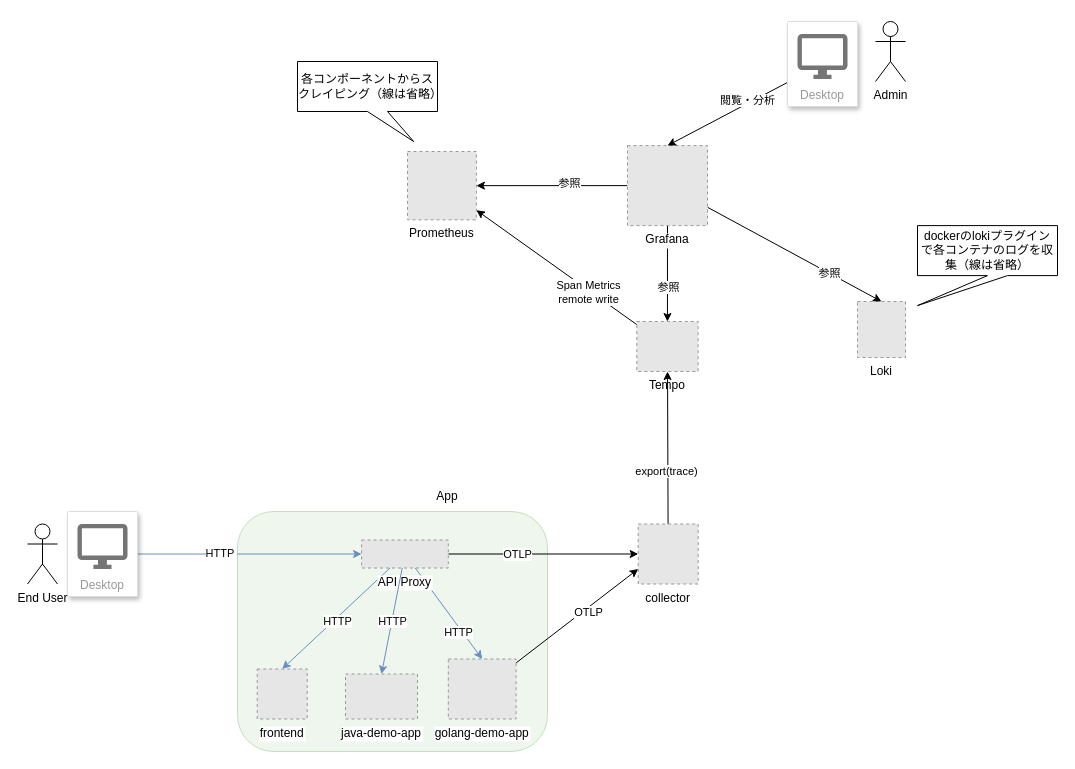
tamura-daiki-dc3/opentelemetry-demo keeps this draw.io diagram as diagram.drawio. Above is the earlier version. Source tidied: cells renumbered, new cells numbered last; positions are measured from the earlier drawing's top-left corner, leaving out a move shared by most shapes. Both pictures are drawn from the tidied source at 100%, with x=0, y=0 at pixel (27, 21). Pictures stored in the file or linked from it are replaced by grey dashed boxes.
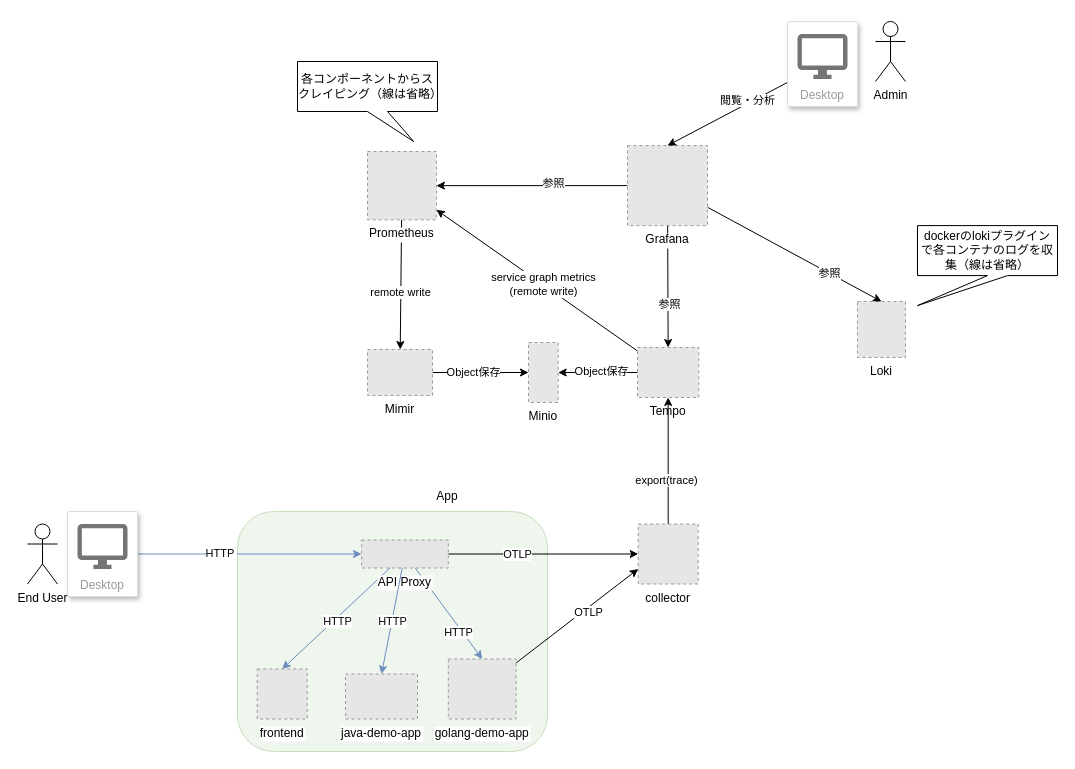
After the change.

The change refers to these unchanged cells:
```xml
<mxCell id="3" style="edgeStyle=none;html=1;" parent="1" edge="1" source="5" target="17">
  <mxGeometry relative="1" as="geometry" />
</mxCell>
```

The edit, as a diff of the source:
```diff
@@
-    <mxCell id="4" value="Span Metrics&lt;br&gt;remote write" style="edgeLabel;html=1;align=center;verticalAlign=middle;" parent="3" vertex="1">
-      <mxGeometry x="-0.4" y="2" relative="1" as="geometry" />
+    <mxCell id="4" value="service graph metrics&lt;br&gt;(remote write)" style="edgeLabel;html=1;align=center;verticalAlign=middle;" parent="3" vertex="1">
+      <mxGeometry x="-0.4" y="2" relative="1" as="geometry">
+        <mxPoint x="-33" y="-26" as="offset" />
+      </mxGeometry>
     </mxCell>
+    <mxCell id="45" style="edgeStyle=none;html=1;entryX=1;entryY=0.5;entryDx=0;entryDy=0;" parent="1" edge="1" source="5" target="52">
+      <mxGeometry relative="1" as="geometry" />
+    </mxCell>
+    <mxCell id="46" value="Object保存" style="edgeLabel;html=1;align=center;verticalAlign=middle;" parent="45" vertex="1">
+      <mxGeometry x="0.34" y="-2" relative="1" as="geometry">
+        <mxPoint x="16" as="offset" />
+      </mxGeometry>
+    </mxCell>
     <mxCell id="5" value="Tempo" style="fillColor=#E6E6E6;strokeColor=#999999;dashed=1;verticalLabelPosition=bottom;labelBackgroundColor=default;verticalAlign=top;" parent="1" vertex="1">
-      <mxGeometry x="609.3" y="300" width="61.3" height="50" as="geometry" />
+      <mxGeometry x="610" y="326" width="61.3" height="50" as="geometry" />
     </mxCell>
@@
+    <mxCell id="47" style="edgeStyle=none;html=1;" parent="1" edge="1" source="17" target="51">
+      <mxGeometry relative="1" as="geometry" />
+    </mxCell>
+    <mxCell id="48" value="remote write" style="edgeLabel;html=1;align=center;verticalAlign=middle;" parent="47" vertex="1">
+      <mxGeometry x="0.33" relative="1" as="geometry">
+        <mxPoint x="-1" y="-14" as="offset" />
+      </mxGeometry>
+    </mxCell>
     <mxCell id="17" value="Prometheus" style="fillColor=#E6E6E6;strokeColor=#999999;dashed=1;verticalLabelPosition=bottom;labelBackgroundColor=default;verticalAlign=top;" parent="1" vertex="1">
-      <mxGeometry x="380" y="130" width="68.9" height="68.3" as="geometry" />
+      <mxGeometry x="340" y="130" width="68.9" height="68.3" as="geometry" />
     </mxCell>
@@
+    <mxCell id="49" style="edgeStyle=none;html=1;entryX=0;entryY=0.5;entryDx=0;entryDy=0;" parent="1" edge="1" source="51" target="52">
+      <mxGeometry relative="1" as="geometry" />
+    </mxCell>
+    <mxCell id="50" value="Object保存" style="edgeLabel;html=1;align=center;verticalAlign=middle;" parent="49" vertex="1">
+      <mxGeometry x="-0.35" y="1" relative="1" as="geometry">
+        <mxPoint x="9" as="offset" />
+      </mxGeometry>
+    </mxCell>
+    <mxCell id="51" value="Mimir" style="fillColor=#E6E6E6;strokeColor=#999999;dashed=1;verticalLabelPosition=bottom;labelBackgroundColor=default;verticalAlign=top;" parent="1" vertex="1">
+      <mxGeometry x="340" y="328" width="65" height="46" as="geometry" />
+    </mxCell>
+    <mxCell id="52" value="Minio" style="fillColor=#E6E6E6;strokeColor=#999999;dashed=1;verticalLabelPosition=bottom;labelBackgroundColor=default;verticalAlign=top;" parent="1" vertex="1">
+      <mxGeometry x="501" y="321" width="29.7" height="60" as="geometry" />
+    </mxCell>
```
